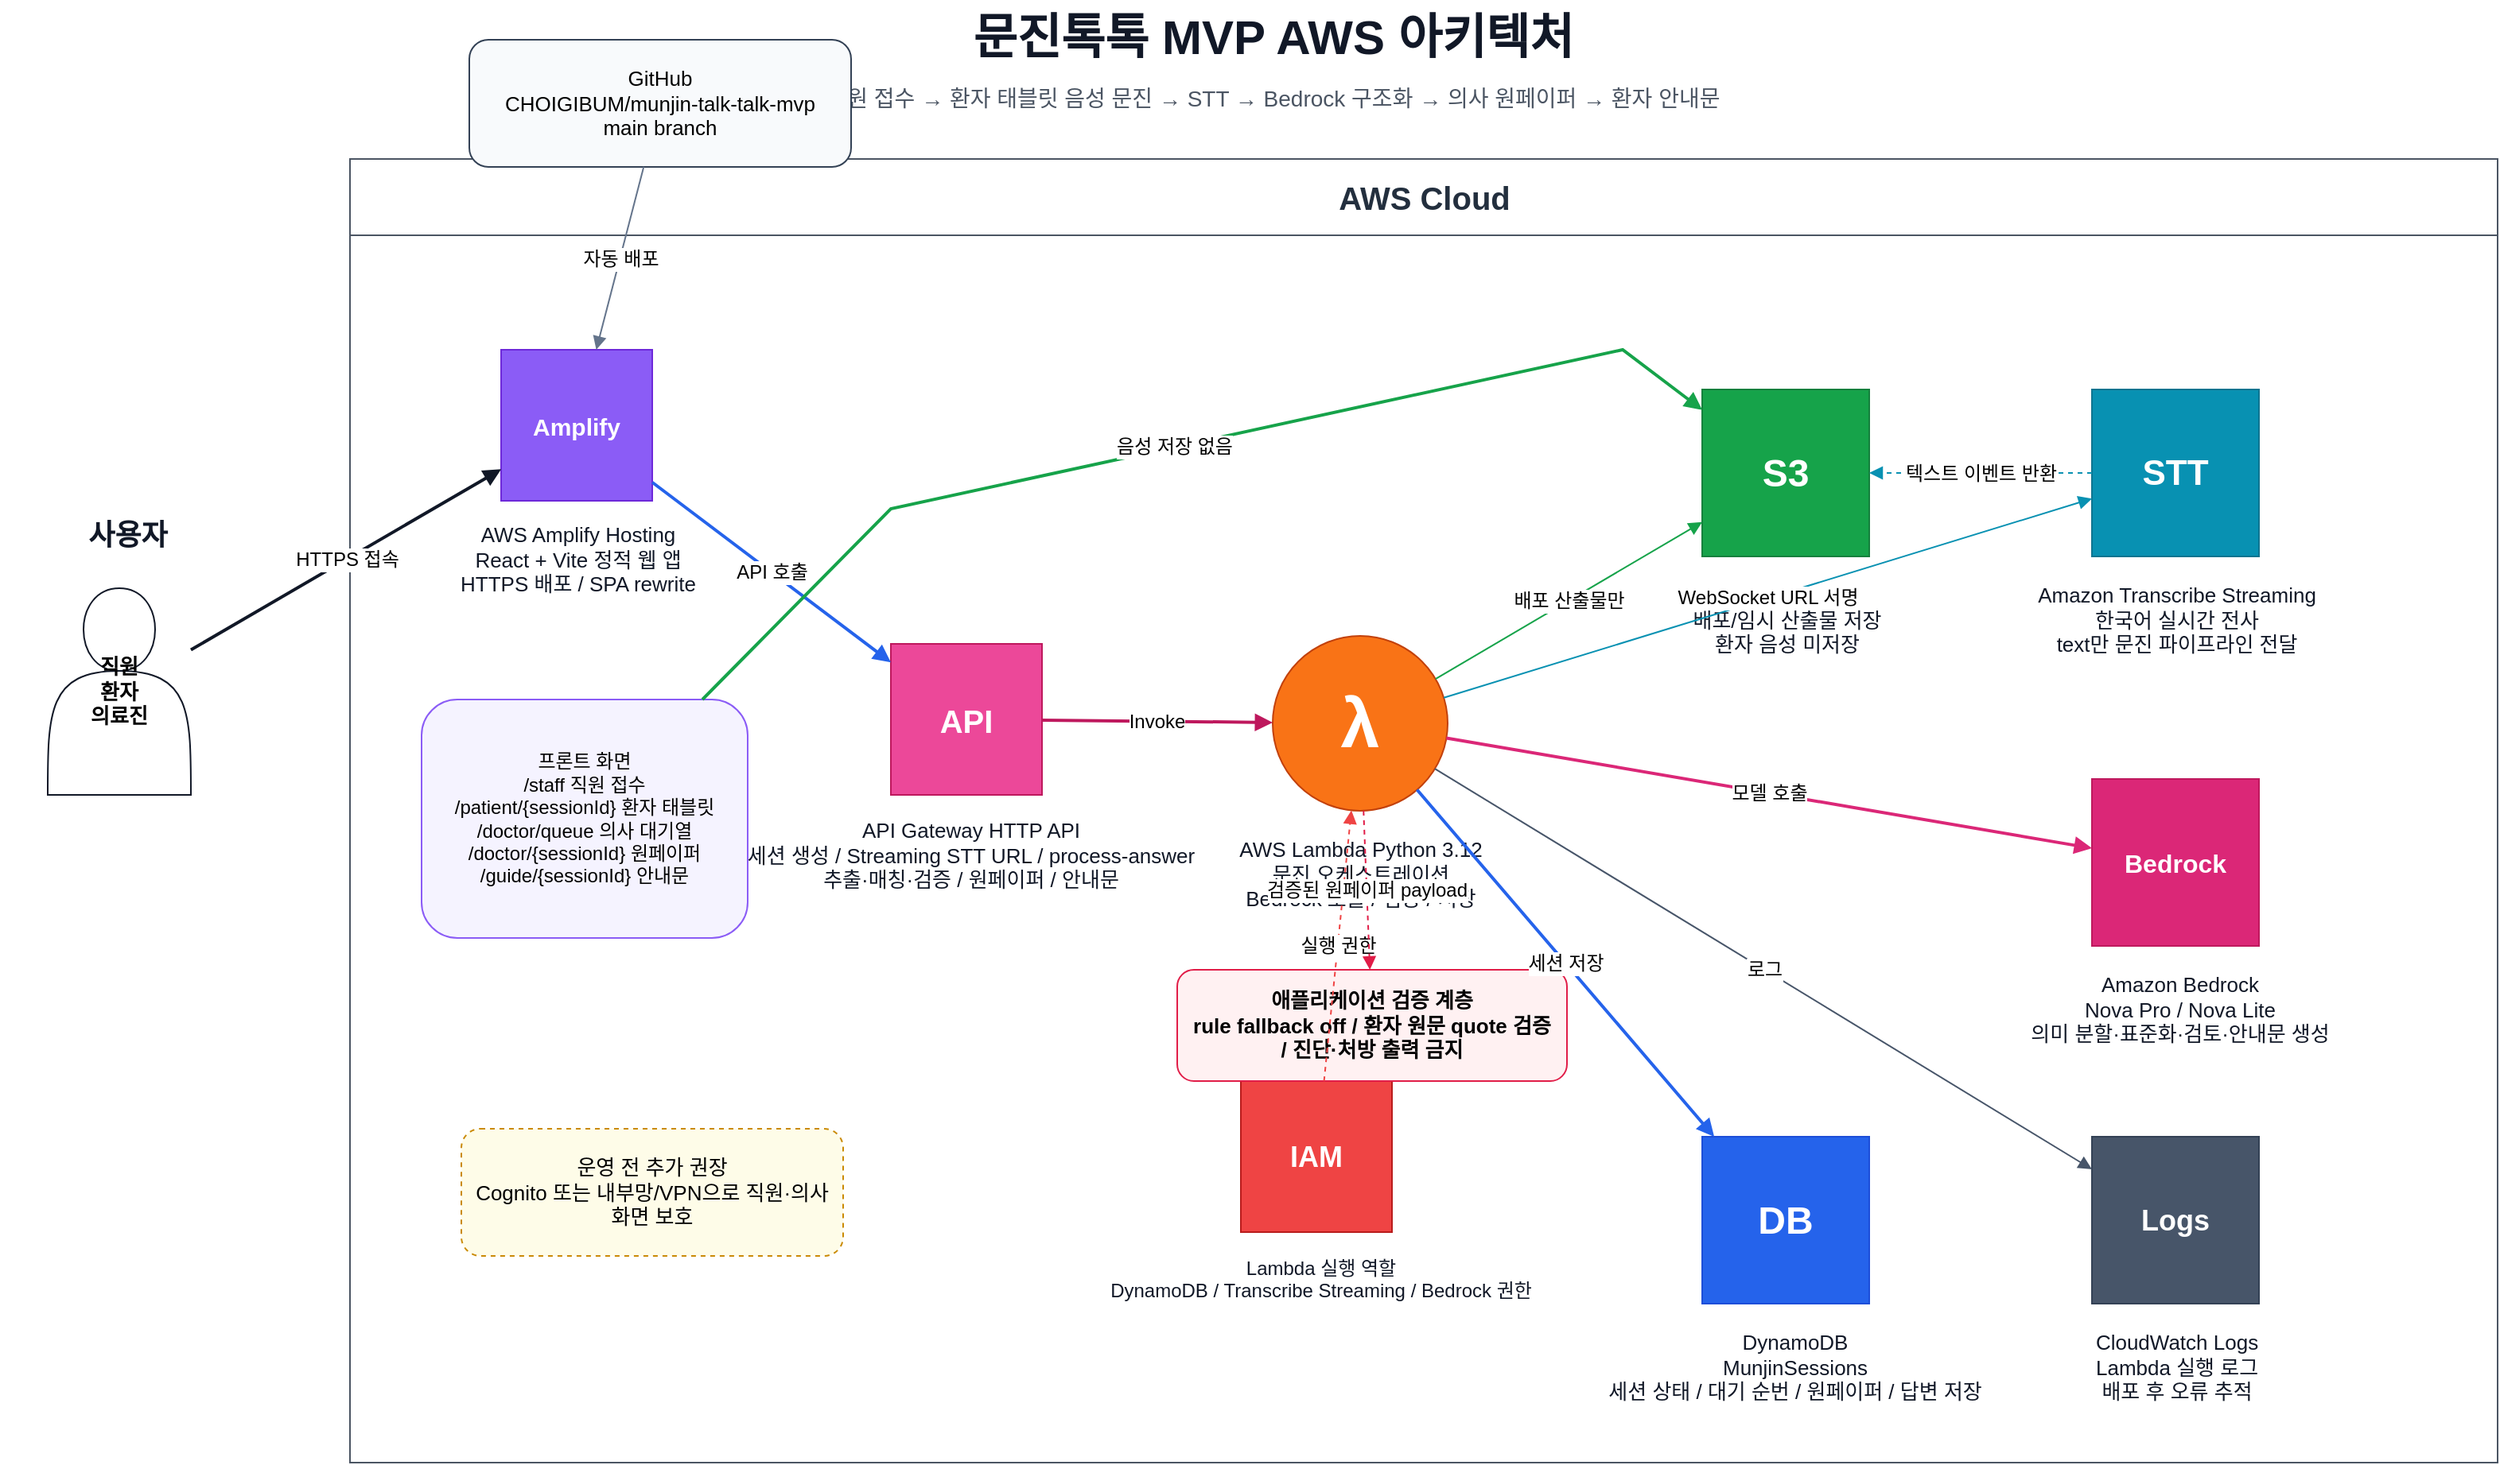
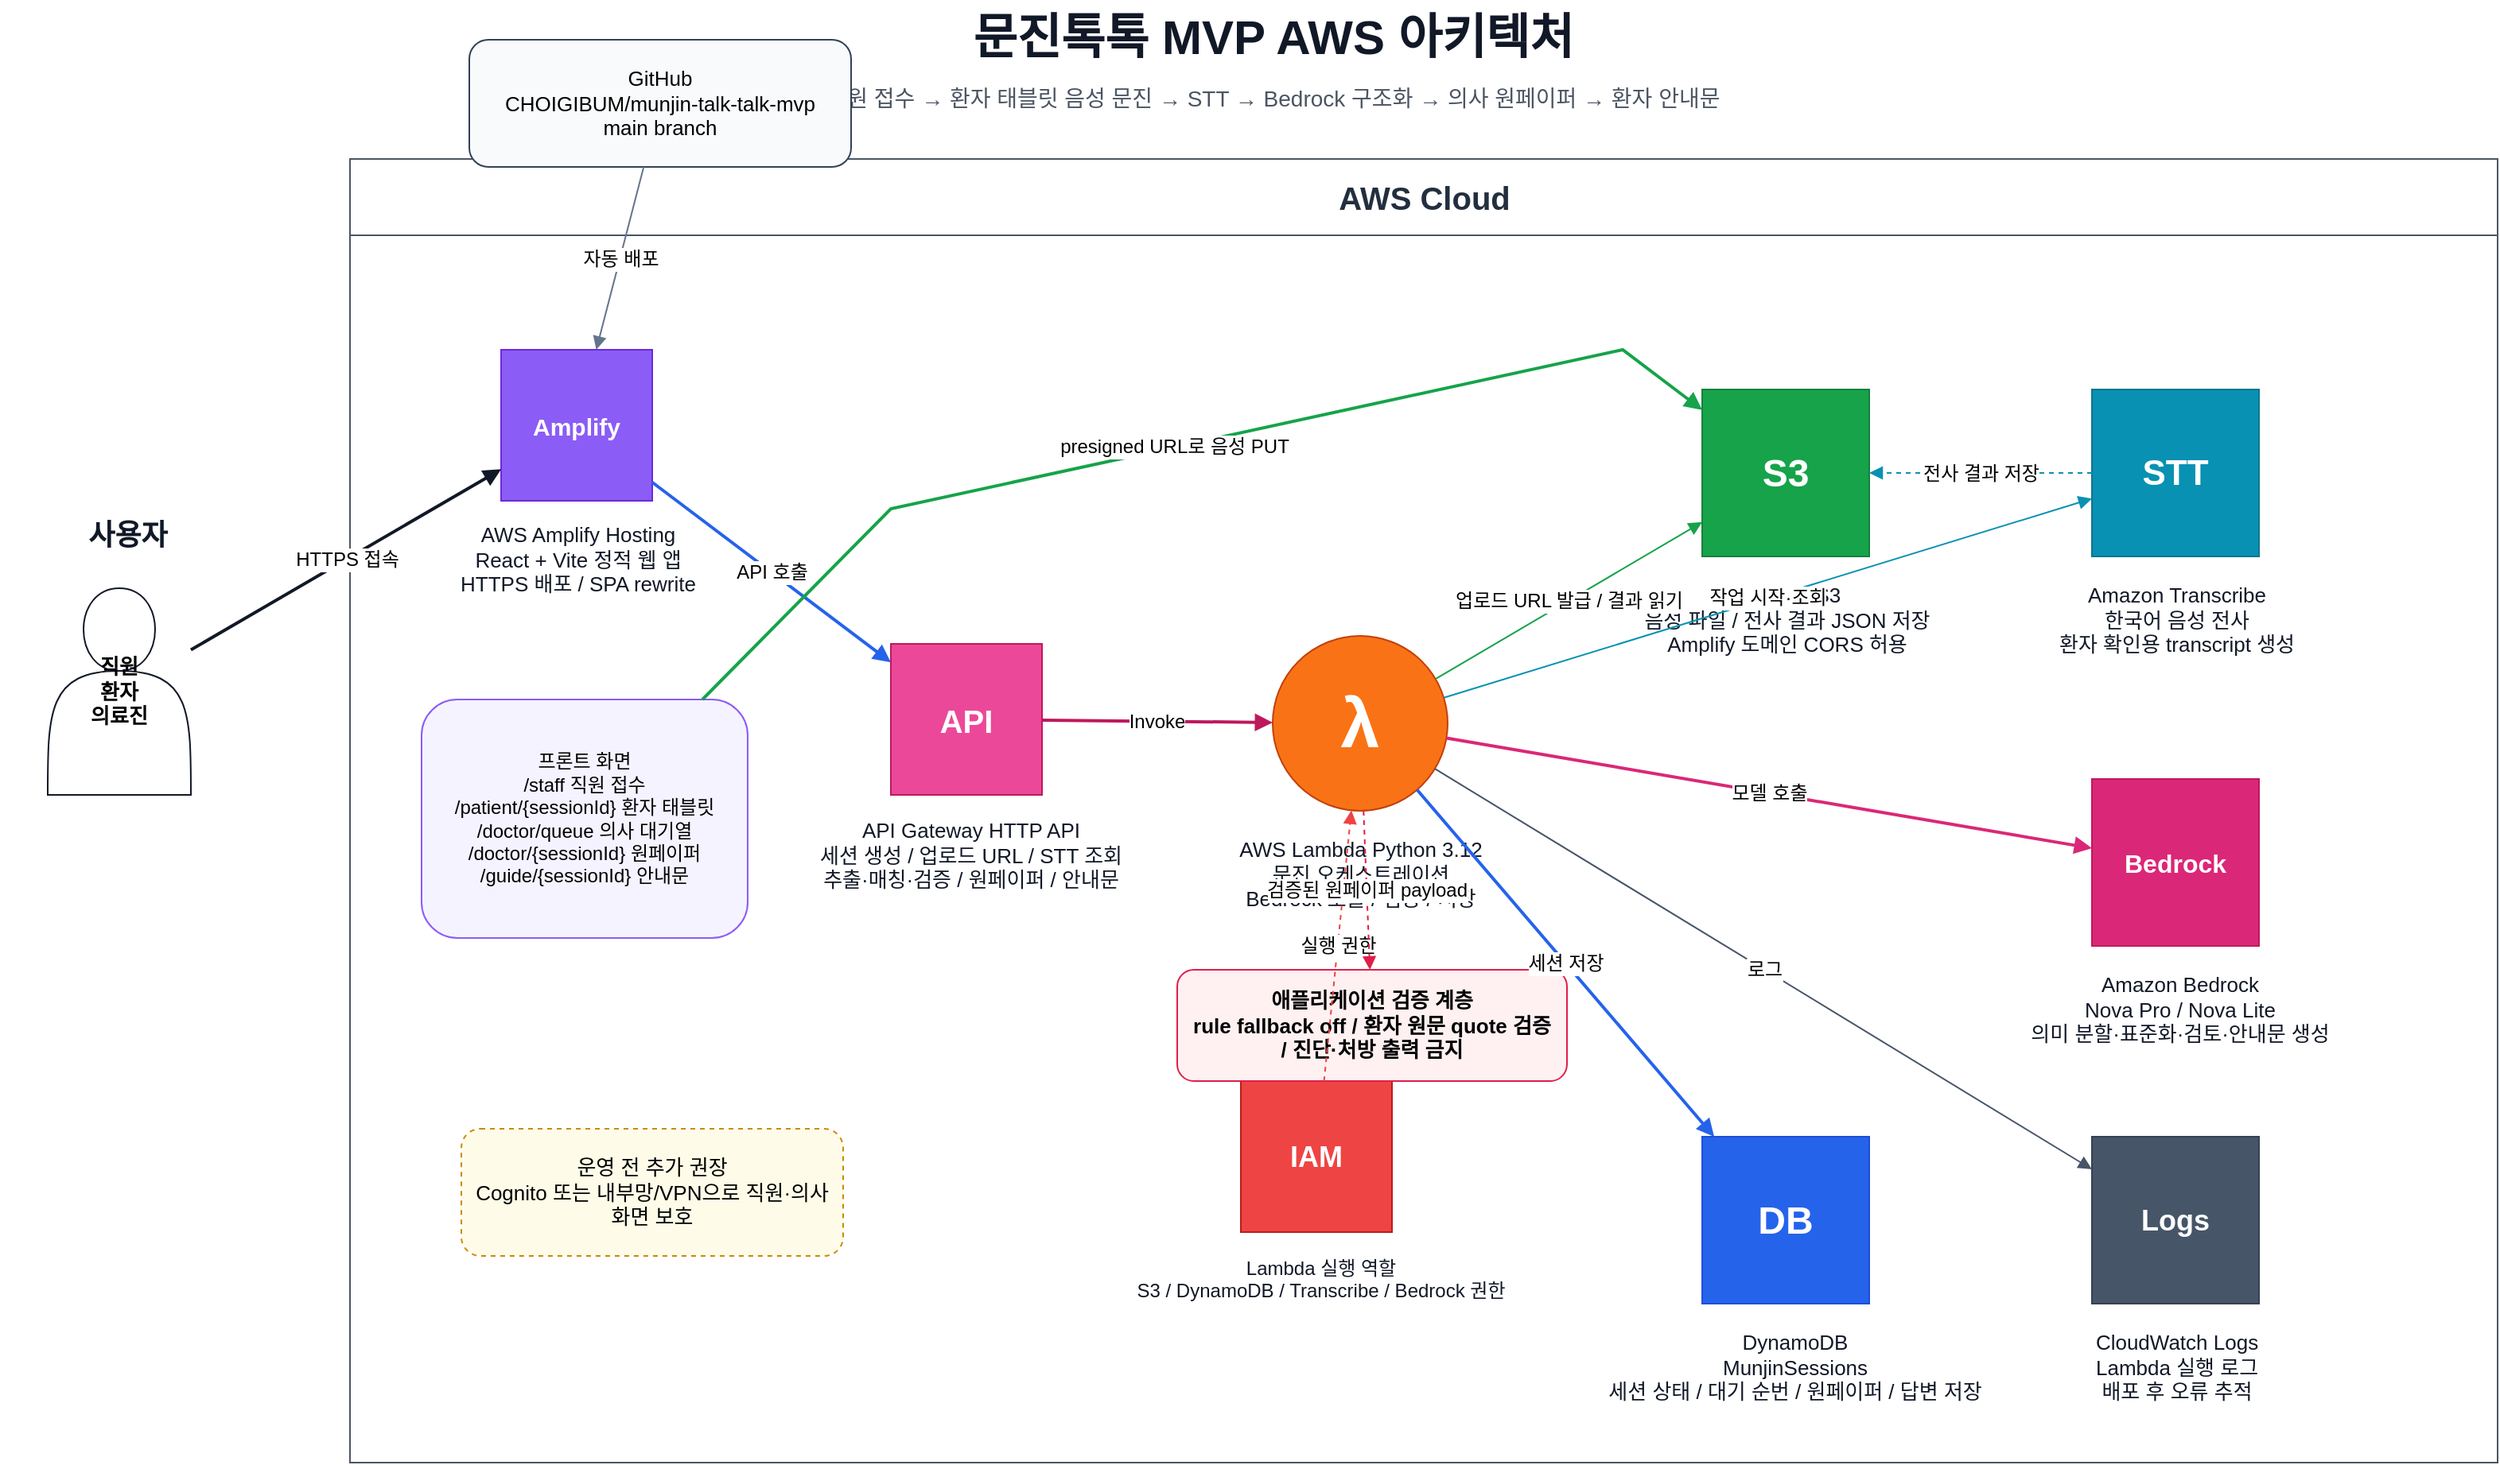
<mxfile host="app.diagrams.net" modified="2026-05-31T04:10:00.000Z" agent="Codex" version="24.7.17" type="device">
  <diagram id="munjin-architecture-ko" name="문진톡톡 MVP 아키텍처">
    <mxGraphModel dx="1700" dy="1050" grid="1" gridSize="10" guides="1" tooltips="1" connect="1" arrows="1" fold="1" page="1" pageScale="1" pageWidth="1700" pageHeight="1050" math="0" shadow="0">
      <root>
        <mxCell id="0" />
        <mxCell id="1" parent="0" />

        <mxCell id="title" value="문진톡톡 MVP AWS 아키텍처" style="text;html=1;strokeColor=none;fillColor=none;fontSize=30;fontStyle=1;fontColor=#111827;align=center;verticalAlign=middle;" vertex="1" parent="1">
          <mxGeometry x="470" y="30" width="760" height="45" as="geometry" />
        </mxCell>
        <mxCell id="subtitle" value="직원 접수 → 환자 태블릿 음성 문진 → STT → Bedrock 구조화 → 의사 원페이퍼 → 환자 안내문" style="text;html=1;strokeColor=none;fillColor=none;fontSize=14;fontColor=#4b5563;align=center;verticalAlign=middle;" vertex="1" parent="1">
          <mxGeometry x="360" y="78" width="980" height="28" as="geometry" />
        </mxCell>

        <mxCell id="awsCloud" value="AWS Cloud" style="swimlane;html=1;rounded=0;strokeColor=#4b5563;fillColor=#ffffff;fontSize=20;fontStyle=1;fontColor=#232f3e;startSize=48;horizontal=1;" vertex="1" parent="1">
          <mxGeometry x="270" y="130" width="1350" height="820" as="geometry" />
        </mxCell>

        <mxCell id="usersTitle" value="사용자" style="text;html=1;strokeColor=none;fillColor=none;fontSize=18;fontStyle=1;fontColor=#111827;align=center;" vertex="1" parent="1">
          <mxGeometry x="50" y="350" width="160" height="35" as="geometry" />
        </mxCell>
        <mxCell id="usersIcon" value="직원&#xa;환자&#xa;의료진" style="shape=actor;whiteSpace=wrap;html=1;fillColor=#ffffff;strokeColor=#111827;fontSize=13;fontStyle=1;" vertex="1" parent="1">
          <mxGeometry x="80" y="400" width="90" height="130" as="geometry" />
        </mxCell>

        <mxCell id="github" value="GitHub&#xa;CHOIGIBUM/munjin-talk-talk-mvp&#xa;main branch" style="rounded=1;whiteSpace=wrap;html=1;fillColor=#f8fafc;strokeColor=#334155;fontSize=13;spacing=8;" vertex="1" parent="1">
          <mxGeometry x="345" y="55" width="240" height="80" as="geometry" />
        </mxCell>

        <mxCell id="amplifyIcon" value="Amplify" style="rounded=0;whiteSpace=wrap;html=1;fillColor=#8b5cf6;strokeColor=#6d28d9;fontColor=#ffffff;fontSize=15;fontStyle=1;align=center;verticalAlign=middle;" vertex="1" parent="awsCloud">
          <mxGeometry x="95" y="120" width="95" height="95" as="geometry" />
        </mxCell>
        <mxCell id="amplifyLabel" value="AWS Amplify Hosting&#xa;React + Vite 정적 웹 앱&#xa;HTTPS 배포 / SPA rewrite" style="text;html=1;strokeColor=none;fillColor=none;fontSize=13;fontColor=#111827;align=center;" vertex="1" parent="awsCloud">
          <mxGeometry x="55" y="222" width="175" height="70" as="geometry" />
        </mxCell>

        <mxCell id="routes" value="프론트 화면&#xa;/staff 직원 접수&#xa;/patient/{sessionId} 환자 태블릿&#xa;/doctor/queue 의사 대기열&#xa;/doctor/{sessionId} 원페이퍼&#xa;/guide/{sessionId} 안내문" style="rounded=1;whiteSpace=wrap;html=1;fillColor=#f5f3ff;strokeColor=#8b5cf6;fontSize=12;spacing=8;" vertex="1" parent="awsCloud">
          <mxGeometry x="45" y="340" width="205" height="150" as="geometry" />
        </mxCell>

        <mxCell id="apiIcon" value="API" style="rounded=0;whiteSpace=wrap;html=1;fillColor=#ec4899;strokeColor=#be185d;fontColor=#ffffff;fontSize=20;fontStyle=1;align=center;verticalAlign=middle;" vertex="1" parent="awsCloud">
          <mxGeometry x="340" y="305" width="95" height="95" as="geometry" />
        </mxCell>
-         <mxCell id="apiLabel" value="API Gateway HTTP API&#xa;세션 생성 / Streaming STT URL / process-answer&#xa;추출·매칭·검증 / 원페이퍼 / 안내문" style="text;html=1;strokeColor=none;fillColor=none;fontSize=13;fontColor=#111827;align=center;" vertex="1" parent="awsCloud">
+         <mxCell id="apiLabel" value="API Gateway HTTP API&#xa;세션 생성 / 업로드 URL / STT 조회&#xa;추출·매칭·검증 / 원페이퍼 / 안내문" style="text;html=1;strokeColor=none;fillColor=none;fontSize=13;fontColor=#111827;align=center;" vertex="1" parent="awsCloud">
          <mxGeometry x="270" y="408" width="240" height="70" as="geometry" />
        </mxCell>

        <mxCell id="lambdaIcon" value="λ" style="ellipse;whiteSpace=wrap;html=1;fillColor=#f97316;strokeColor=#c2410c;fontColor=#ffffff;fontSize=44;fontStyle=1;align=center;verticalAlign=middle;" vertex="1" parent="awsCloud">
          <mxGeometry x="580" y="300" width="110" height="110" as="geometry" />
        </mxCell>
        <mxCell id="lambdaLabel" value="AWS Lambda Python 3.12&#xa;문진 오케스트레이션&#xa;Bedrock 호출 / 검증 / 저장" style="text;html=1;strokeColor=none;fillColor=none;fontSize=13;fontColor=#111827;align=center;" vertex="1" parent="awsCloud">
          <mxGeometry x="520" y="420" width="230" height="65" as="geometry" />
        </mxCell>

        <mxCell id="iamIcon" value="IAM" style="rounded=0;whiteSpace=wrap;html=1;fillColor=#ef4444;strokeColor=#b91c1c;fontColor=#ffffff;fontSize=18;fontStyle=1;align=center;verticalAlign=middle;" vertex="1" parent="awsCloud">
          <mxGeometry x="560" y="580" width="95" height="95" as="geometry" />
        </mxCell>
-         <mxCell id="iamLabel" value="Lambda 실행 역할&#xa;DynamoDB / Transcribe Streaming / Bedrock 권한" style="text;html=1;strokeColor=none;fillColor=none;fontSize=12;fontColor=#111827;align=center;" vertex="1" parent="awsCloud">
+         <mxCell id="iamLabel" value="Lambda 실행 역할&#xa;S3 / DynamoDB / Transcribe / Bedrock 권한" style="text;html=1;strokeColor=none;fillColor=none;fontSize=12;fontColor=#111827;align=center;" vertex="1" parent="awsCloud">
          <mxGeometry x="500" y="684" width="220" height="52" as="geometry" />
        </mxCell>

        <mxCell id="s3Icon" value="S3" style="rounded=0;whiteSpace=wrap;html=1;fillColor=#16a34a;strokeColor=#15803d;fontColor=#ffffff;fontSize=24;fontStyle=1;align=center;verticalAlign=middle;" vertex="1" parent="awsCloud">
          <mxGeometry x="850" y="145" width="105" height="105" as="geometry" />
        </mxCell>
-         <mxCell id="s3Label" value="Amazon S3&#xa;배포/임시 산출물 저장&#xa;환자 음성 미저장" style="text;html=1;strokeColor=none;fillColor=none;fontSize=13;fontColor=#111827;align=center;" vertex="1" parent="awsCloud">
+         <mxCell id="s3Label" value="Amazon S3&#xa;음성 파일 / 전사 결과 JSON 저장&#xa;Amplify 도메인 CORS 허용" style="text;html=1;strokeColor=none;fillColor=none;fontSize=13;fontColor=#111827;align=center;" vertex="1" parent="awsCloud">
          <mxGeometry x="785" y="260" width="235" height="65" as="geometry" />
        </mxCell>

        <mxCell id="transcribeIcon" value="STT" style="rounded=0;whiteSpace=wrap;html=1;fillColor=#0891b2;strokeColor=#0e7490;fontColor=#ffffff;fontSize=22;fontStyle=1;align=center;verticalAlign=middle;" vertex="1" parent="awsCloud">
          <mxGeometry x="1095" y="145" width="105" height="105" as="geometry" />
        </mxCell>
-         <mxCell id="transcribeLabel" value="Amazon Transcribe Streaming&#xa;한국어 실시간 전사&#xa;text만 문진 파이프라인 전달" style="text;html=1;strokeColor=none;fillColor=none;fontSize=13;fontColor=#111827;align=center;" vertex="1" parent="awsCloud">
+         <mxCell id="transcribeLabel" value="Amazon Transcribe&#xa;한국어 음성 전사&#xa;환자 확인용 transcript 생성" style="text;html=1;strokeColor=none;fillColor=none;fontSize=13;fontColor=#111827;align=center;" vertex="1" parent="awsCloud">
          <mxGeometry x="1040" y="260" width="215" height="65" as="geometry" />
        </mxCell>

        <mxCell id="bedrockIcon" value="Bedrock" style="rounded=0;whiteSpace=wrap;html=1;fillColor=#db2777;strokeColor=#be185d;fontColor=#ffffff;fontSize=16;fontStyle=1;align=center;verticalAlign=middle;" vertex="1" parent="awsCloud">
          <mxGeometry x="1095" y="390" width="105" height="105" as="geometry" />
        </mxCell>
        <mxCell id="bedrockLabel" value="Amazon Bedrock&#xa;Nova Pro / Nova Lite&#xa;의미 분할·표준화·검토·안내문 생성" style="text;html=1;strokeColor=none;fillColor=none;fontSize=13;fontColor=#111827;align=center;" vertex="1" parent="awsCloud">
          <mxGeometry x="1015" y="505" width="270" height="65" as="geometry" />
        </mxCell>

        <mxCell id="ddbIcon" value="DB" style="rounded=0;whiteSpace=wrap;html=1;fillColor=#2563eb;strokeColor=#1d4ed8;fontColor=#ffffff;fontSize=24;fontStyle=1;align=center;verticalAlign=middle;" vertex="1" parent="awsCloud">
          <mxGeometry x="850" y="615" width="105" height="105" as="geometry" />
        </mxCell>
        <mxCell id="ddbLabel" value="DynamoDB&#xa;MunjinSessions&#xa;세션 상태 / 대기 순번 / 원페이퍼 / 답변 저장" style="text;html=1;strokeColor=none;fillColor=none;fontSize=13;fontColor=#111827;align=center;" vertex="1" parent="awsCloud">
          <mxGeometry x="785" y="730" width="245" height="65" as="geometry" />
        </mxCell>

        <mxCell id="cloudwatchIcon" value="Logs" style="rounded=0;whiteSpace=wrap;html=1;fillColor=#475569;strokeColor=#334155;fontColor=#ffffff;fontSize=18;fontStyle=1;align=center;verticalAlign=middle;" vertex="1" parent="awsCloud">
          <mxGeometry x="1095" y="615" width="105" height="105" as="geometry" />
        </mxCell>
        <mxCell id="cloudwatchLabel" value="CloudWatch Logs&#xa;Lambda 실행 로그&#xa;배포 후 오류 추적" style="text;html=1;strokeColor=none;fillColor=none;fontSize=13;fontColor=#111827;align=center;" vertex="1" parent="awsCloud">
          <mxGeometry x="1035" y="730" width="225" height="65" as="geometry" />
        </mxCell>

        <mxCell id="guardrail" value="애플리케이션 검증 계층&#xa;rule fallback off / 환자 원문 quote 검증 / 진단·처방 출력 금지" style="rounded=1;whiteSpace=wrap;html=1;fillColor=#fff1f2;strokeColor=#e11d48;fontSize=13;fontStyle=1;spacing=8;" vertex="1" parent="awsCloud">
          <mxGeometry x="520" y="510" width="245" height="70" as="geometry" />
        </mxCell>

        <mxCell id="futureSecurity" value="운영 전 추가 권장&#xa;Cognito 또는 내부망/VPN으로 직원·의사 화면 보호" style="rounded=1;whiteSpace=wrap;html=1;dashed=1;fillColor=#fefce8;strokeColor=#ca8a04;fontSize=13;spacing=8;" vertex="1" parent="awsCloud">
          <mxGeometry x="70" y="610" width="240" height="80" as="geometry" />
        </mxCell>

        <mxCell id="eGitAmplify" value="자동 배포" style="endArrow=block;html=1;rounded=0;strokeColor=#64748b;fontSize=12;" edge="1" parent="1" source="github" target="amplifyIcon">
          <mxGeometry relative="1" as="geometry" />
        </mxCell>
        <mxCell id="eUserAmplify" value="HTTPS 접속" style="endArrow=block;html=1;rounded=0;strokeColor=#111827;fontSize=12;strokeWidth=2;" edge="1" parent="1" source="usersIcon" target="amplifyIcon">
          <mxGeometry relative="1" as="geometry" />
        </mxCell>
        <mxCell id="eAmplifyApi" value="API 호출" style="endArrow=block;html=1;rounded=0;strokeColor=#2563eb;fontSize=12;strokeWidth=2;" edge="1" parent="1" source="amplifyIcon" target="apiIcon">
          <mxGeometry relative="1" as="geometry" />
        </mxCell>
        <mxCell id="eApiLambda" value="Invoke" style="endArrow=block;html=1;rounded=0;strokeColor=#be185d;fontSize=12;strokeWidth=2;" edge="1" parent="1" source="apiIcon" target="lambdaIcon">
          <mxGeometry relative="1" as="geometry" />
        </mxCell>
-         <mxCell id="ePatientS3" value="음성 저장 없음" style="endArrow=block;html=1;rounded=0;strokeColor=#16a34a;fontSize=12;strokeWidth=2;" edge="1" parent="1" source="routes" target="s3Icon">
+         <mxCell id="ePatientS3" value="presigned URL로 음성 PUT" style="endArrow=block;html=1;rounded=0;strokeColor=#16a34a;fontSize=12;strokeWidth=2;" edge="1" parent="1" source="routes" target="s3Icon">
          <mxGeometry relative="1" as="geometry">
            <Array as="points">
              <mxPoint x="610" y="350" />
              <mxPoint x="1070" y="250" />
            </Array>
          </mxGeometry>
        </mxCell>
-         <mxCell id="eLambdaS3" value="배포 산출물만" style="endArrow=block;html=1;rounded=0;strokeColor=#16a34a;fontSize=12;" edge="1" parent="1" source="lambdaIcon" target="s3Icon">
+         <mxCell id="eLambdaS3" value="업로드 URL 발급 / 결과 읽기" style="endArrow=block;html=1;rounded=0;strokeColor=#16a34a;fontSize=12;" edge="1" parent="1" source="lambdaIcon" target="s3Icon">
          <mxGeometry relative="1" as="geometry" />
        </mxCell>
-         <mxCell id="eLambdaTranscribe" value="WebSocket URL 서명" style="endArrow=block;html=1;rounded=0;strokeColor=#0891b2;fontSize=12;" edge="1" parent="1" source="lambdaIcon" target="transcribeIcon">
+         <mxCell id="eLambdaTranscribe" value="작업 시작·조회" style="endArrow=block;html=1;rounded=0;strokeColor=#0891b2;fontSize=12;" edge="1" parent="1" source="lambdaIcon" target="transcribeIcon">
          <mxGeometry relative="1" as="geometry" />
        </mxCell>
-         <mxCell id="eTranscribeS3" value="텍스트 이벤트 반환" style="endArrow=block;html=1;rounded=0;strokeColor=#0891b2;fontSize=12;dashed=1;" edge="1" parent="1" source="transcribeIcon" target="s3Icon">
+         <mxCell id="eTranscribeS3" value="전사 결과 저장" style="endArrow=block;html=1;rounded=0;strokeColor=#0891b2;fontSize=12;dashed=1;" edge="1" parent="1" source="transcribeIcon" target="s3Icon">
          <mxGeometry relative="1" as="geometry" />
        </mxCell>
        <mxCell id="eLambdaBedrock" value="모델 호출" style="endArrow=block;html=1;rounded=0;strokeColor=#db2777;fontSize=12;strokeWidth=2;" edge="1" parent="1" source="lambdaIcon" target="bedrockIcon">
          <mxGeometry relative="1" as="geometry" />
        </mxCell>
        <mxCell id="eLambdaDdb" value="세션 저장" style="endArrow=block;html=1;rounded=0;strokeColor=#2563eb;fontSize=12;strokeWidth=2;" edge="1" parent="1" source="lambdaIcon" target="ddbIcon">
          <mxGeometry relative="1" as="geometry" />
        </mxCell>
        <mxCell id="eLambdaLogs" value="로그" style="endArrow=block;html=1;rounded=0;strokeColor=#475569;fontSize=12;" edge="1" parent="1" source="lambdaIcon" target="cloudwatchIcon">
          <mxGeometry relative="1" as="geometry" />
        </mxCell>
        <mxCell id="eIamLambda" value="실행 권한" style="endArrow=block;html=1;rounded=0;strokeColor=#ef4444;fontSize=12;dashed=1;" edge="1" parent="1" source="iamIcon" target="lambdaIcon">
          <mxGeometry relative="1" as="geometry" />
        </mxCell>
        <mxCell id="eGuardLambda" value="검증된 원페이퍼 payload" style="endArrow=block;html=1;rounded=0;strokeColor=#e11d48;fontSize=12;dashed=1;" edge="1" parent="1" source="lambdaIcon" target="guardrail">
          <mxGeometry relative="1" as="geometry" />
        </mxCell>
      </root>
    </mxGraphModel>
  </diagram>
</mxfile>
